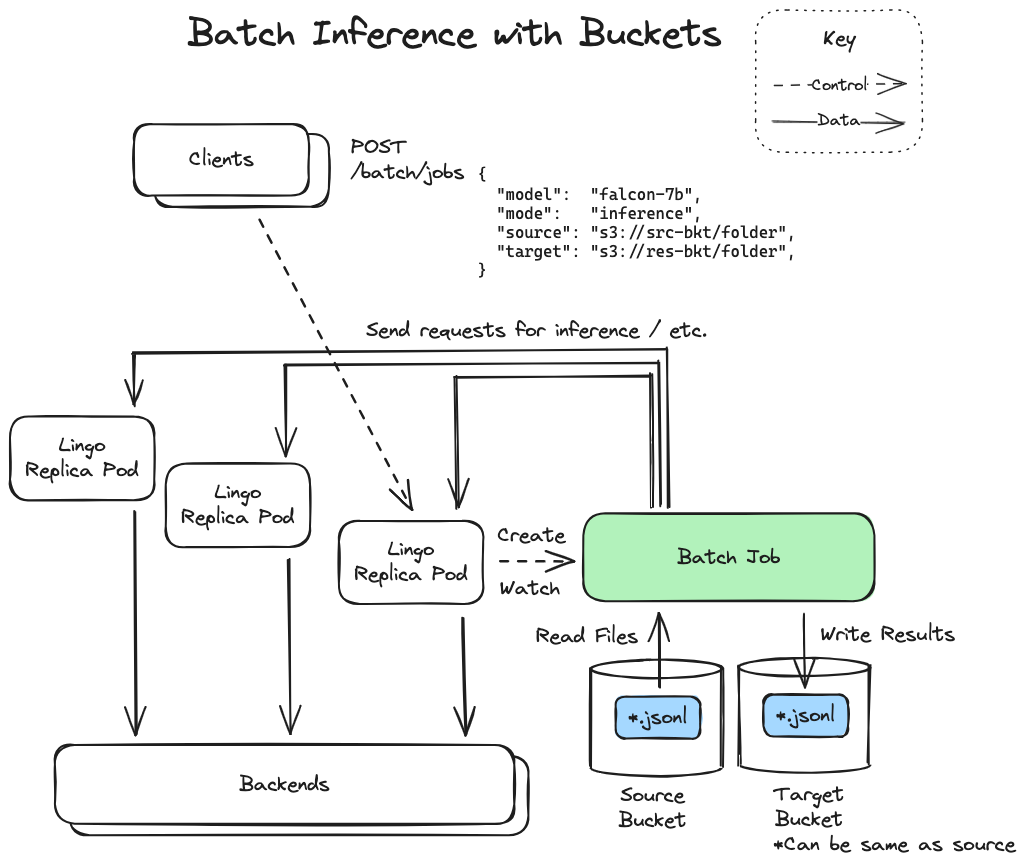
substratusai/kubeai keeps this Excalidraw diagram as docs/diagrams/batch.excalidraw.png. Above is the earlier version. Source tidied: one line per element, renumbered; positions are measured from the earlier drawing's top-left corner, leaving out a move shared by most shapes.
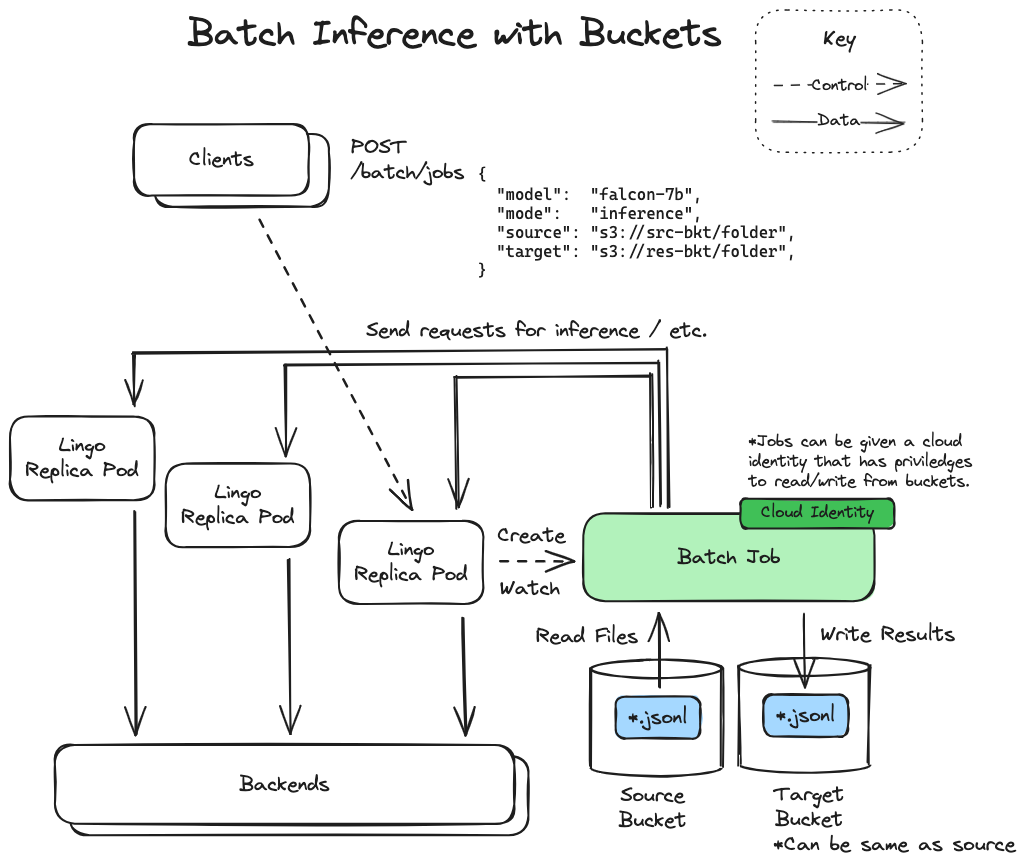
After the change.

Commit message:
Add identity callout

What changed in the source:
```diff
@@ -59,3 +59,6 @@
 {"id": 58, "type": "text", "text": "Control", "strokeColor": "#1e1e1e", "strokeWidth": 1, "roughness": 1, "fontSize": 16, "fontFamily": 1, "textAlign": "center", "verticalAlign": "middle", "inside": 57, "x": 802, "y": 66, "width": 56, "height": 20}
 {"id": 59, "type": "text", "text": "Key", "strokeColor": "#1e1e1e", "strokeWidth": 1, "strokeStyle": "dashed", "roughness": 1, "fontSize": 20, "fontFamily": 1, "textAlign": "center", "x": 813, "y": 16, "width": 33, "height": 25}
 {"id": 60, "type": "rectangle", "strokeColor": "#1e1e1e", "strokeWidth": 1, "strokeStyle": "dotted", "roughness": 1, "round": true, "x": 746, "y": 0, "width": 167, "height": 142}
+{"id": 61, "type": "rectangle", "strokeColor": "#1e1e1e", "backgroundColor": "#40c057", "fillStyle": "solid", "strokeWidth": 2, "roughness": 1, "round": true, "x": 730, "y": 488, "width": 154, "height": 30}
+{"id": 62, "type": "text", "text": "Cloud Identity", "strokeColor": "#1e1e1e", "backgroundColor": "#ffffff", "fillStyle": "solid", "strokeWidth": 2, "roughness": 1, "fontSize": 16, "fontFamily": 1, "textAlign": "center", "verticalAlign": "middle", "inside": 61, "x": 751, "y": 493, "width": 113, "height": 20}
+{"id": 63, "type": "text", "text": "*Jobs can be given a cloud\nidentity that has priviledges\nto read/write from buckets.", "strokeColor": "#1e1e1e", "backgroundColor": "#40c057", "fillStyle": "solid", "strokeWidth": 2, "roughness": 1, "fontSize": 16, "fontFamily": 1, "x": 739, "y": 422, "width": 224, "height": 60}
```
